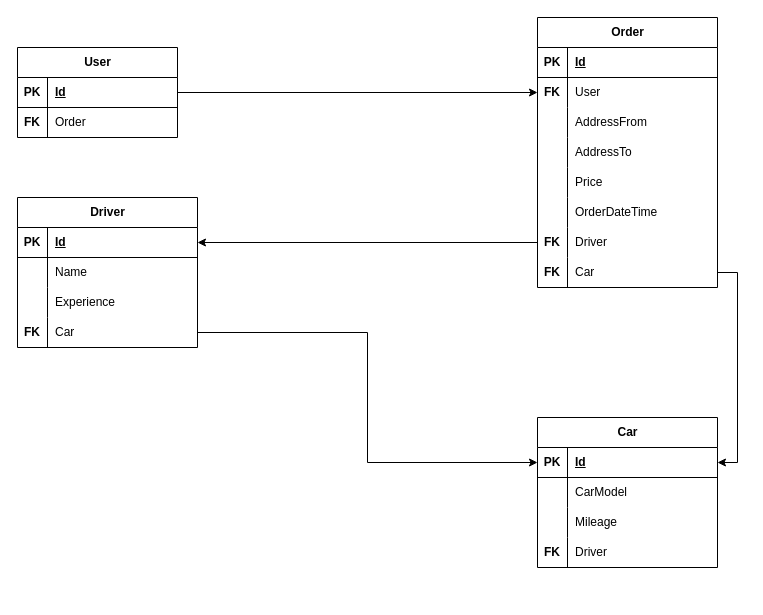
Above: docs/cagmanagementsystemdatabase.drawio in CloudlyFog/CabManagementSystemAPI (draw.io), before the change. Source tidied: cells renumbered, new cells numbered last; positions are measured from the earlier drawing's top-left corner, leaving out a move shared by most shapes. Both pictures are drawn from the tidied source at 100%, with x=0, y=0 at pixel (17, 17).
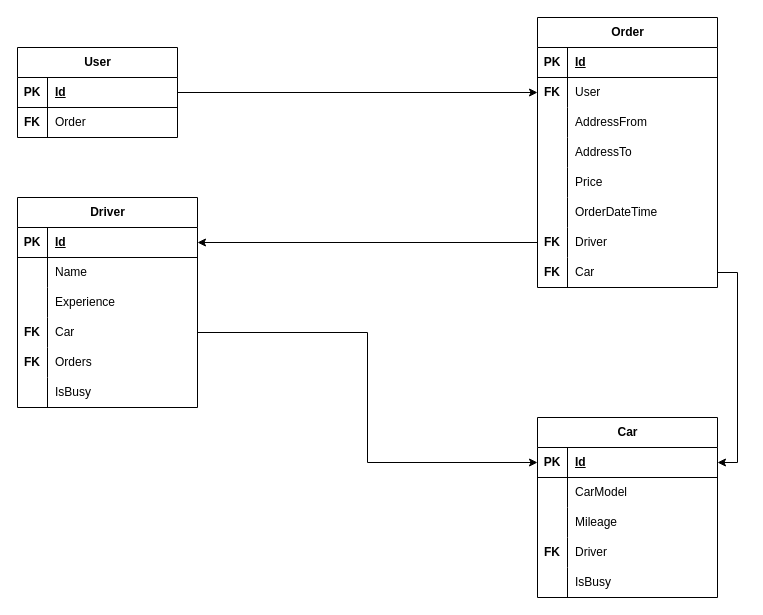
The same diagram, later.

The edit, as a diff of the source:
```diff
@@
     <mxCell id="34" value="Driver" style="shape=table;startSize=30;childLayout=tableLayout;rowLines=0;fontStyle=1;align=center;html=1;" parent="1" vertex="1">
-      <mxGeometry y="180" width="180" height="150" as="geometry" />
+      <mxGeometry y="180" width="180" height="210" as="geometry" />
     </mxCell>
@@
+    <mxCell id="64" style="shape=tableRow;horizontal=0;startSize=0;swimlaneHead=0;swimlaneBody=0;fillColor=none;top=0;left=0;right=0;bottom=0;" parent="34" vertex="1">
+      <mxGeometry y="150" width="180" height="30" as="geometry" />
+    </mxCell>
+    <mxCell id="65" value="&lt;b&gt;FK&lt;/b&gt;" style="shape=partialRectangle;fillColor=none;top=0;left=0;bottom=0;right=0;overflow=hidden;whiteSpace=wrap;html=1;" parent="64" vertex="1">
+      <mxGeometry width="30" height="30" as="geometry" />
+    </mxCell>
+    <mxCell id="66" value="Orders" style="shape=partialRectangle;fillColor=none;top=0;left=0;bottom=0;right=0;align=left;spacingLeft=6;overflow=hidden;whiteSpace=wrap;html=1;" parent="64" vertex="1">
+      <mxGeometry x="30" width="150" height="30" as="geometry" />
+    </mxCell>
+    <mxCell id="67" style="shape=tableRow;horizontal=0;startSize=0;swimlaneHead=0;swimlaneBody=0;fillColor=none;top=0;left=0;right=0;bottom=0;" parent="34" vertex="1">
+      <mxGeometry y="180" width="180" height="30" as="geometry" />
+    </mxCell>
+    <mxCell id="68" style="shape=partialRectangle;fillColor=none;top=0;left=0;bottom=0;right=0;overflow=hidden;whiteSpace=wrap;html=1;" parent="67" vertex="1">
+      <mxGeometry width="30" height="30" as="geometry" />
+    </mxCell>
+    <mxCell id="69" value="IsBusy" style="shape=partialRectangle;fillColor=none;top=0;left=0;bottom=0;right=0;align=left;spacingLeft=6;overflow=hidden;whiteSpace=wrap;html=1;" parent="67" vertex="1">
+      <mxGeometry x="30" width="150" height="30" as="geometry" />
+    </mxCell>
     <mxCell id="47" value="Car" style="shape=table;startSize=30;childLayout=tableLayout;rowLines=0;fontStyle=1;align=center;html=1;" parent="1" vertex="1">
-      <mxGeometry x="520" y="400" width="180" height="150" as="geometry" />
+      <mxGeometry x="520" y="400" width="180" height="180" as="geometry" />
     </mxCell>
@@
+    <mxCell id="70" style="shape=tableRow;horizontal=0;startSize=0;swimlaneHead=0;swimlaneBody=0;fillColor=none;top=0;left=0;right=0;bottom=0;" parent="47" vertex="1">
+      <mxGeometry y="150" width="180" height="30" as="geometry" />
+    </mxCell>
+    <mxCell id="71" style="shape=partialRectangle;fillColor=none;top=0;left=0;bottom=0;right=0;overflow=hidden;whiteSpace=wrap;html=1;" parent="70" vertex="1">
+      <mxGeometry width="30" height="30" as="geometry" />
+    </mxCell>
+    <mxCell id="72" value="IsBusy" style="shape=partialRectangle;fillColor=none;top=0;left=0;bottom=0;right=0;align=left;spacingLeft=6;overflow=hidden;whiteSpace=wrap;html=1;" parent="70" vertex="1">
+      <mxGeometry x="30" width="150" height="30" as="geometry" />
+    </mxCell>
```
